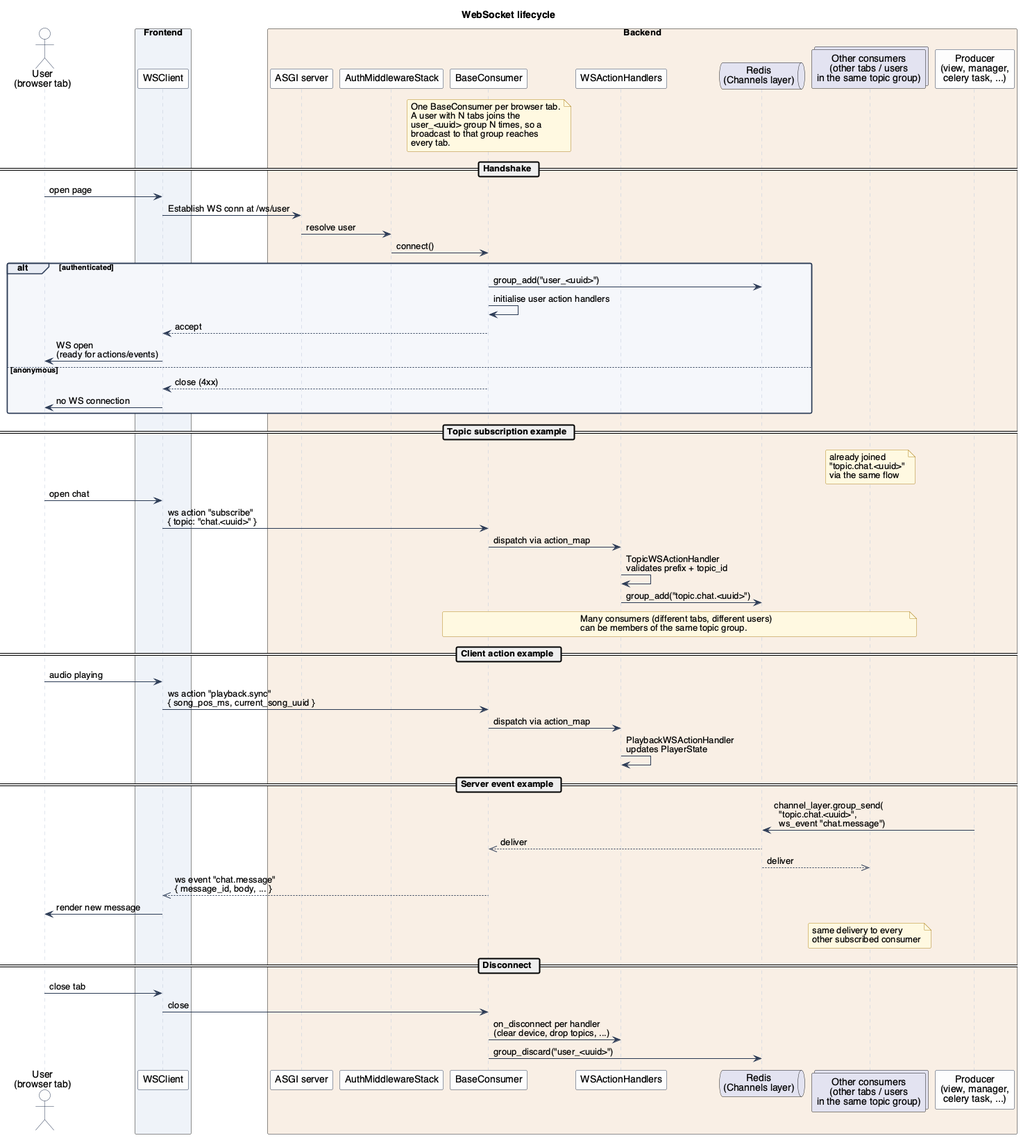
Earlier version of the PlantUML export text/diagrams/WebsocketLifecycle.png (ddrddrr/musikk). The source it was exported from:
```plantuml
@startuml WebsocketLifecycle

!include ../_style.puml

title WebSocket lifecycle

actor "User\n(browser tab)" as user

box "Frontend" #EEF2F8
participant "WSClient" as frontend
end box

box "Backend" #F8EFE5
participant "ASGI server" as backend_entry
participant "AuthMiddlewareStack" as auth_middleware
participant "BaseConsumer" as consumer
participant "WSActionHandlers" as handler_chain
queue "Redis\n(Channels layer)" as redis
collections "Other consumers\n(other tabs / users\nin the same topic group)" as other_consumers
participant "Producer\n(view, manager,\ncelery task, ...)" as producer
end box

note over consumer
One BaseConsumer per browser tab.
A user with N tabs joins the
user_<uuid> group N times, so a
broadcast to that group reaches
every tab.
end note

== Handshake ==
user -> frontend : open page
frontend -> backend_entry : Establish WS conn at /ws/user
backend_entry -> auth_middleware : resolve user
auth_middleware -> consumer : connect()
alt authenticated
  consumer -> redis : group_add("user_<uuid>")
  consumer -> consumer : initialise user action handlers
  consumer --> frontend : accept
  frontend -> user : WS open\n(ready for actions/events)
else anonymous
  consumer --> frontend : close (4xx)
  frontend -> user : no WS connection
end

== Topic subscription example ==
note over other_consumers : already joined\n"topic.chat.<uuid>"\nvia the same flow
user -> frontend : open chat
frontend -> consumer : ws action "subscribe"\n{ topic: "chat.<uuid>" }
consumer -> handler_chain : dispatch via action_map
handler_chain -> handler_chain : TopicWSActionHandler\nvalidates prefix + topic_id
handler_chain -> redis : group_add("topic.chat.<uuid>")
note over consumer, other_consumers
Many consumers (different tabs, different users)
can be members of the same topic group.
end note

== Client action example ==
user -> frontend : audio playing
frontend -> consumer : ws action "playback.sync"\n{ song_pos_ms, current_song_uuid }
consumer -> handler_chain : dispatch via action_map
handler_chain -> handler_chain : PlaybackWSActionHandler\nupdates PlayerState

== Server event example ==
producer -> redis : channel_layer.group_send(\n  "topic.chat.<uuid>",\n  ws_event "chat.message")
redis -->> consumer : deliver
redis -->> other_consumers : deliver
consumer -->> frontend : ws event "chat.message"\n{ message_id, body, ... }
frontend -> user : render new message
note over other_consumers : same delivery to every\nother subscribed consumer

== Disconnect ==
user -> frontend : close tab
frontend -> consumer : close
consumer -> handler_chain : on_disconnect per handler\n(clear device, drop topics, ...)
consumer -> redis : group_discard("user_<uuid>")

@enduml
```
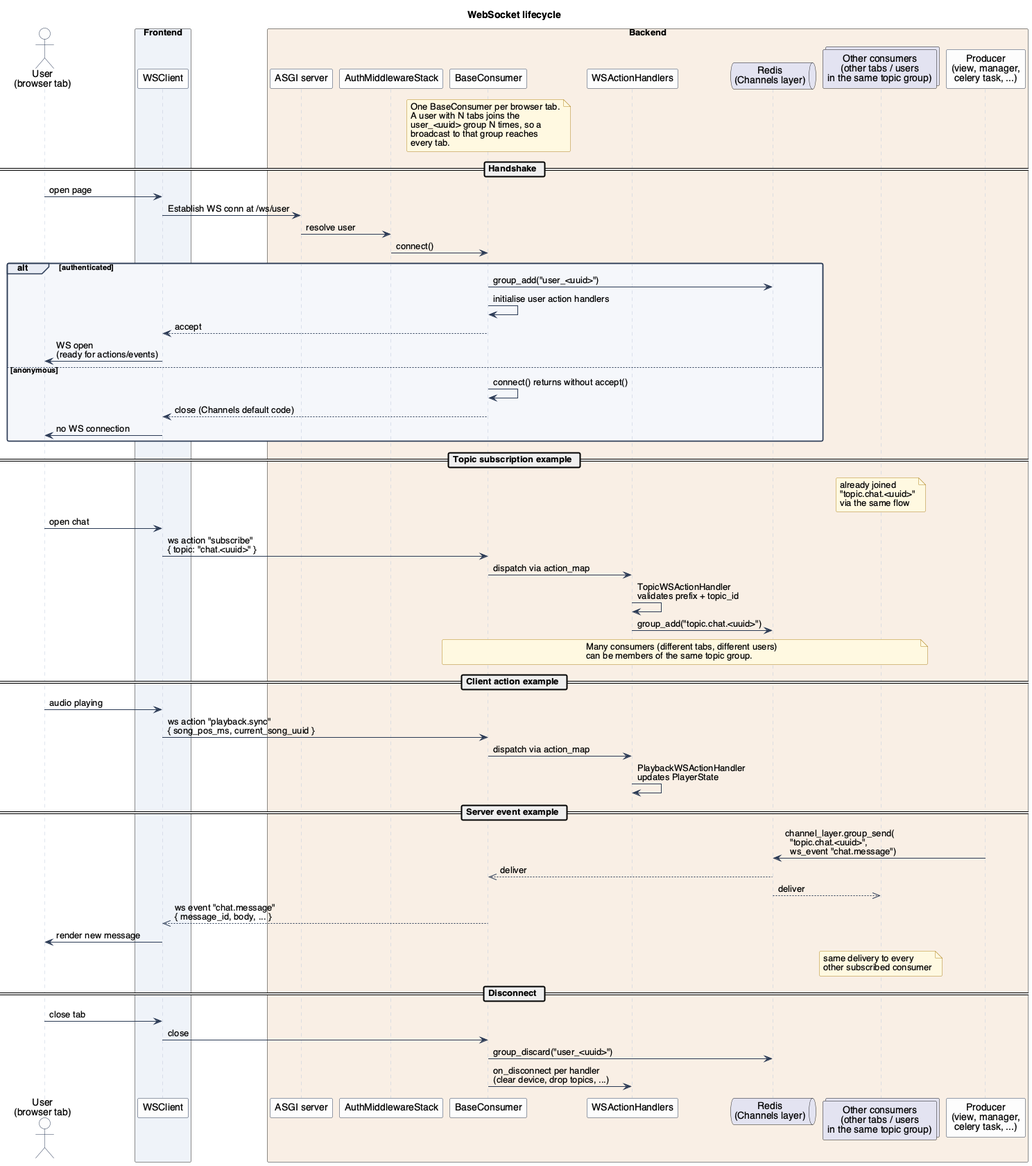
Later version of the same file.

Diff of the diagram source:
```diff
@@ -39,7 +39,8 @@
   consumer --> frontend : accept
   frontend -> user : WS open\n(ready for actions/events)
 else anonymous
-  consumer --> frontend : close (4xx)
+  consumer -> consumer : connect() returns without accept()
+  consumer --> frontend : close (Channels default code)
   frontend -> user : no WS connection
 end
 
@@ -72,7 +73,7 @@
 == Disconnect ==
 user -> frontend : close tab
 frontend -> consumer : close
+consumer -> redis : group_discard("user_<uuid>")
 consumer -> handler_chain : on_disconnect per handler\n(clear device, drop topics, ...)
-consumer -> redis : group_discard("user_<uuid>")
 
 @enduml
```
